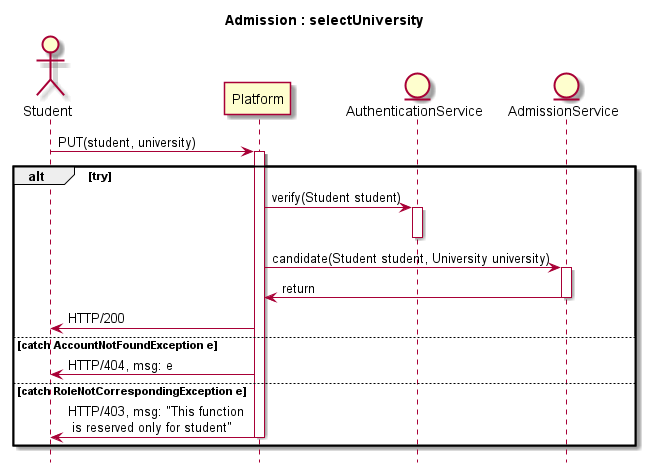
This is conception/admission_selectUniversity.png from nguyen-duchau/StudyAbroadLovelySemesterApplication, a PlantUML export, as it was before one commit. Its diagram source:
```plantuml
@startuml

hide footbox
title Admission : selectUniversity
actor Student
participant Platform
entity AuthenticationService
entity AdmissionService

Student -> Platform : PUT(student, university)
activate Platform
alt try

    Platform -> AuthenticationService : verify(Student student)
    activate AuthenticationService
    deactivate AuthenticationService

    Platform -> AdmissionService: candidate(Student student, University university)
    activate AdmissionService
    AdmissionService -> Platform: return
    deactivate AdmissionService

    Platform -> Student : HTTP/200

else catch AccountNotFoundException e

    Platform -> Student : HTTP/404, msg: e

else catch RoleNotCorrespondingException e

    Platform -> Student : HTTP/403, msg: "This function \n is reserved only for student"
    deactivate Platform
end

@enduml
```
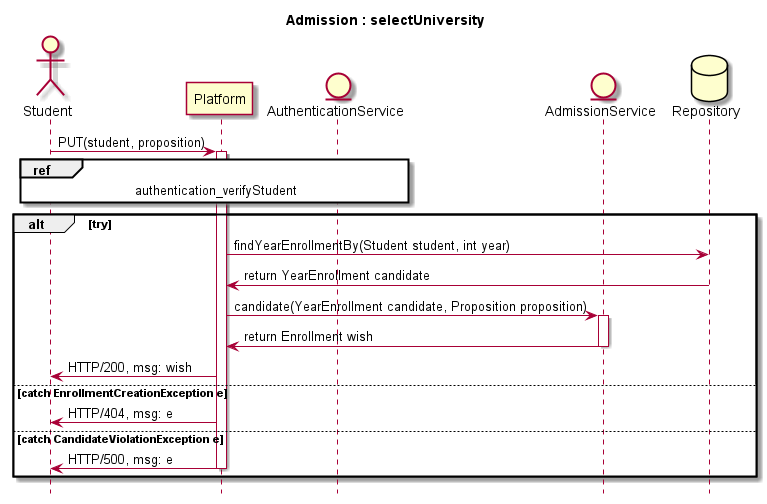
The same diagram one commit later.

What changed in the source:
```diff
@@ -6,30 +6,35 @@
 participant Platform
 entity AuthenticationService
 entity AdmissionService
+database Repository
 
-Student -> Platform : PUT(student, university)
+Student -> Platform : PUT(student, proposition)
 activate Platform
+
+ref over Student, Platform, AuthenticationService: authentication_verifyStudent
+
+
 alt try
 
-    Platform -> AuthenticationService : verify(Student student)
-    activate AuthenticationService
-    deactivate AuthenticationService
+    Platform -> Repository: findYearEnrollmentBy(Student student, int year)
+    Repository -> Platform : return YearEnrollment candidate
 
-    Platform -> AdmissionService: candidate(Student student, University university)
+    Platform -> AdmissionService: candidate(YearEnrollment candidate, Proposition proposition)
     activate AdmissionService
-    AdmissionService -> Platform: return
+    AdmissionService -> Platform: return Enrollment wish
     deactivate AdmissionService
 
-    Platform -> Student : HTTP/200
+    Platform -> Student : HTTP/200, msg: wish
 
-else catch AccountNotFoundException e
+else catch EnrollmentCreationException e
 
     Platform -> Student : HTTP/404, msg: e
 
-else catch RoleNotCorrespondingException e
+else catch CandidateViolationException e
 
-    Platform -> Student : HTTP/403, msg: "This function \n is reserved only for student"
+    Platform -> Student : HTTP/500, msg: e
     deactivate Platform
 end
 
+
 @enduml
```
